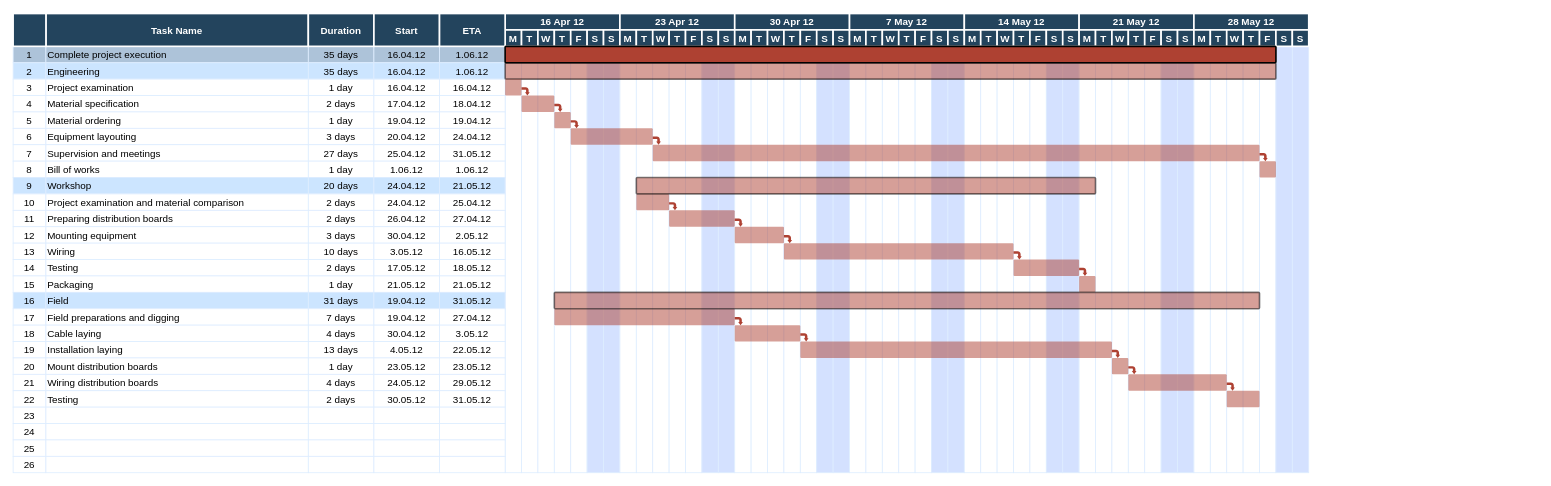
megunay/UML-modelleme keeps this draw.io diagram as gantt.drawio. Above is the earlier version. Source tidied: cells renumbered, new cells numbered last; positions are measured from the earlier drawing's top-left corner, leaving out a move shared by most shapes. Both pictures are drawn from the tidied source at 82%, with x=0, y=0 at pixel (12, 13).
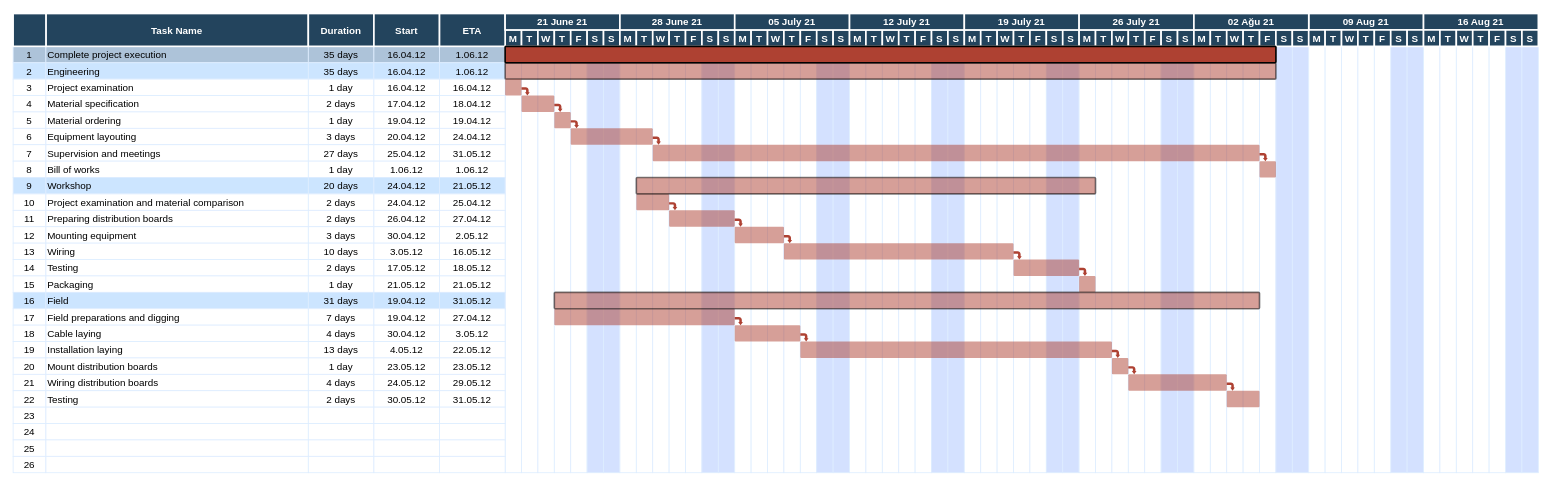
The same page after the edit.

Diff of the diagram source:
```diff
@@
-    <mxCell id="183" value="16 Apr 12" style="fillColor=#23445D;strokeColor=#FFFFFF;strokeWidth=2;fontColor=#FFFFFF;fontStyle=1;" parent="1" vertex="1">
-      <mxGeometry x="600.5" width="140" height="20" as="geometry" />
-    </mxCell>
@@
-    <mxCell id="194" value="23 Apr 12" style="fillColor=#23445D;strokeColor=#FFFFFF;strokeWidth=2;fontColor=#FFFFFF;fontStyle=1;" parent="1" vertex="1">
-      <mxGeometry x="740.5" width="140" height="20" as="geometry" />
-    </mxCell>
@@
-    <mxCell id="202" value="30 Apr 12" style="fillColor=#23445D;strokeColor=#FFFFFF;strokeWidth=2;fontColor=#FFFFFF;fontStyle=1;" parent="1" vertex="1">
-      <mxGeometry x="880.5" width="140" height="20" as="geometry" />
-    </mxCell>
@@
-    <mxCell id="210" value="7 May 12" style="fillColor=#23445D;strokeColor=#FFFFFF;strokeWidth=2;fontColor=#FFFFFF;fontStyle=1;" parent="1" vertex="1">
-      <mxGeometry x="1020.5" width="140" height="20" as="geometry" />
-    </mxCell>
@@
-    <mxCell id="218" value="14 May 12" style="fillColor=#23445D;strokeColor=#FFFFFF;strokeWidth=2;fontColor=#FFFFFF;fontStyle=1;" parent="1" vertex="1">
-      <mxGeometry x="1160.5" width="140" height="20" as="geometry" />
-    </mxCell>
@@
-    <mxCell id="226" value="21 May 12" style="fillColor=#23445D;strokeColor=#FFFFFF;strokeWidth=2;fontColor=#FFFFFF;fontStyle=1;" parent="1" vertex="1">
-      <mxGeometry x="1300.5" width="140" height="20" as="geometry" />
-    </mxCell>
@@
-    <mxCell id="234" value="28 May 12" style="fillColor=#23445D;strokeColor=#FFFFFF;strokeWidth=2;fontColor=#FFFFFF;fontStyle=1;" parent="1" vertex="1">
-      <mxGeometry x="1440.5" width="140" height="20" as="geometry" />
-    </mxCell>
@@
+    <mxCell id="279" value="09 Aug 21" style="fillColor=#23445D;strokeColor=#FFFFFF;strokeWidth=2;fontColor=#FFFFFF;fontStyle=1;" parent="1" vertex="1">
+      <mxGeometry x="1580.5" width="140" height="20" as="geometry" />
+    </mxCell>
+    <mxCell id="280" value="16 Aug 21" style="fillColor=#23445D;strokeColor=#FFFFFF;strokeWidth=2;fontColor=#FFFFFF;fontStyle=1;" parent="1" vertex="1">
+      <mxGeometry x="1720.5" width="140" height="20" as="geometry" />
+    </mxCell>
+    <mxCell id="281" style="strokeColor=#DEEDFF;fillColor=#D4E1FF;" parent="1" vertex="1">
+      <mxGeometry x="1680.5" y="40" width="20" height="520" as="geometry" />
+    </mxCell>
+    <mxCell id="282" style="strokeColor=#DEEDFF;fillColor=#D4E1FF;" parent="1" vertex="1">
+      <mxGeometry x="1700.5" y="40" width="20" height="520" as="geometry" />
+    </mxCell>
+    <mxCell id="283" style="strokeColor=#DEEDFF;fillColor=#D4E1FF;" parent="1" vertex="1">
+      <mxGeometry x="1820.5" y="40" width="20" height="520" as="geometry" />
+    </mxCell>
+    <mxCell id="284" style="strokeColor=#DEEDFF;fillColor=#D4E1FF;" parent="1" vertex="1">
+      <mxGeometry x="1840.5" y="40" width="20" height="520" as="geometry" />
+    </mxCell>
+    <mxCell id="285" style="strokeColor=#DEEDFF;" parent="1" vertex="1">
+      <mxGeometry x="1580.5" y="40" width="20" height="520" as="geometry" />
+    </mxCell>
+    <mxCell id="286" style="strokeColor=#DEEDFF;" parent="1" vertex="1">
+      <mxGeometry x="1600.5" y="40" width="20" height="520" as="geometry" />
+    </mxCell>
+    <mxCell id="287" style="strokeColor=#DEEDFF;" parent="1" vertex="1">
+      <mxGeometry x="1620.5" y="40" width="20" height="520" as="geometry" />
+    </mxCell>
+    <mxCell id="288" style="strokeColor=#DEEDFF;" parent="1" vertex="1">
+      <mxGeometry x="1640.5" y="40" width="20" height="520" as="geometry" />
+    </mxCell>
+    <mxCell id="289" style="strokeColor=#DEEDFF;" parent="1" vertex="1">
+      <mxGeometry x="1660.5" y="40" width="20" height="520" as="geometry" />
+    </mxCell>
+    <mxCell id="290" style="strokeColor=#DEEDFF;" parent="1" vertex="1">
+      <mxGeometry x="1720.5" y="40" width="20" height="520" as="geometry" />
+    </mxCell>
+    <mxCell id="291" style="strokeColor=#DEEDFF;" parent="1" vertex="1">
+      <mxGeometry x="1740.5" y="40" width="20" height="520" as="geometry" />
+    </mxCell>
+    <mxCell id="292" style="strokeColor=#DEEDFF;" parent="1" vertex="1">
+      <mxGeometry x="1760.5" y="40" width="20" height="520" as="geometry" />
+    </mxCell>
+    <mxCell id="293" style="strokeColor=#DEEDFF;" parent="1" vertex="1">
+      <mxGeometry x="1780.5" y="40" width="20" height="520" as="geometry" />
+    </mxCell>
+    <mxCell id="294" style="strokeColor=#DEEDFF;" parent="1" vertex="1">
+      <mxGeometry x="1800.5" y="40" width="20" height="520" as="geometry" />
+    </mxCell>
+    <mxCell id="295" value="M" style="fillColor=#23445D;strokeColor=#FFFFFF;strokeWidth=2;fontColor=#FFFFFF;fontStyle=1;" parent="1" vertex="1">
+      <mxGeometry x="1580.5" y="20" width="20" height="20" as="geometry" />
+    </mxCell>
+    <mxCell id="296" value="T" style="fillColor=#23445D;strokeColor=#FFFFFF;strokeWidth=2;fontColor=#FFFFFF;fontStyle=1;" parent="1" vertex="1">
+      <mxGeometry x="1600.5" y="20" width="20" height="20" as="geometry" />
+    </mxCell>
+    <mxCell id="297" value="W" style="fillColor=#23445D;strokeColor=#FFFFFF;strokeWidth=2;fontColor=#FFFFFF;fontStyle=1;" parent="1" vertex="1">
+      <mxGeometry x="1620.5" y="20" width="20" height="20" as="geometry" />
+    </mxCell>
+    <mxCell id="298" value="T" style="fillColor=#23445D;strokeColor=#FFFFFF;strokeWidth=2;fontColor=#FFFFFF;fontStyle=1;" parent="1" vertex="1">
+      <mxGeometry x="1640.5" y="20" width="20" height="20" as="geometry" />
+    </mxCell>
+    <mxCell id="299" value="F" style="fillColor=#23445D;strokeColor=#FFFFFF;strokeWidth=2;fontColor=#FFFFFF;fontStyle=1;" parent="1" vertex="1">
+      <mxGeometry x="1660.5" y="20" width="20" height="20" as="geometry" />
+    </mxCell>
+    <mxCell id="300" value="S" style="fillColor=#23445D;strokeColor=#FFFFFF;strokeWidth=2;fontColor=#FFFFFF;fontStyle=1;" parent="1" vertex="1">
+      <mxGeometry x="1680.5" y="20" width="20" height="20" as="geometry" />
+    </mxCell>
+    <mxCell id="301" value="S" style="fillColor=#23445D;strokeColor=#FFFFFF;strokeWidth=2;fontColor=#FFFFFF;fontStyle=1;" parent="1" vertex="1">
+      <mxGeometry x="1700.5" y="20" width="20" height="20" as="geometry" />
+    </mxCell>
+    <mxCell id="302" value="M" style="fillColor=#23445D;strokeColor=#FFFFFF;strokeWidth=2;fontColor=#FFFFFF;fontStyle=1;" parent="1" vertex="1">
+      <mxGeometry x="1720.5" y="20" width="20" height="20" as="geometry" />
+    </mxCell>
+    <mxCell id="303" value="T" style="fillColor=#23445D;strokeColor=#FFFFFF;strokeWidth=2;fontColor=#FFFFFF;fontStyle=1;" parent="1" vertex="1">
+      <mxGeometry x="1740.5" y="20" width="20" height="20" as="geometry" />
+    </mxCell>
+    <mxCell id="304" value="W" style="fillColor=#23445D;strokeColor=#FFFFFF;strokeWidth=2;fontColor=#FFFFFF;fontStyle=1;" parent="1" vertex="1">
+      <mxGeometry x="1760.5" y="20" width="20" height="20" as="geometry" />
+    </mxCell>
+    <mxCell id="305" value="T" style="fillColor=#23445D;strokeColor=#FFFFFF;strokeWidth=2;fontColor=#FFFFFF;fontStyle=1;" parent="1" vertex="1">
+      <mxGeometry x="1780.5" y="20" width="20" height="20" as="geometry" />
+    </mxCell>
+    <mxCell id="306" value="F" style="fillColor=#23445D;strokeColor=#FFFFFF;strokeWidth=2;fontColor=#FFFFFF;fontStyle=1;" parent="1" vertex="1">
+      <mxGeometry x="1800.5" y="20" width="20" height="20" as="geometry" />
+    </mxCell>
+    <mxCell id="307" value="S" style="fillColor=#23445D;strokeColor=#FFFFFF;strokeWidth=2;fontColor=#FFFFFF;fontStyle=1;" parent="1" vertex="1">
+      <mxGeometry x="1820.5" y="20" width="20" height="20" as="geometry" />
+    </mxCell>
+    <mxCell id="308" value="S" style="fillColor=#23445D;strokeColor=#FFFFFF;strokeWidth=2;fontColor=#FFFFFF;fontStyle=1;" parent="1" vertex="1">
+      <mxGeometry x="1840.5" y="20" width="20" height="20" as="geometry" />
+    </mxCell>
+    <mxCell id="309" value="21 June 21" style="fillColor=#23445D;strokeColor=#FFFFFF;strokeWidth=2;fontColor=#FFFFFF;fontStyle=1;" parent="1" vertex="1">
+      <mxGeometry x="600.5" width="140" height="20" as="geometry" />
+    </mxCell>
+    <mxCell id="310" value="28 June 21" style="fillColor=#23445D;strokeColor=#FFFFFF;strokeWidth=2;fontColor=#FFFFFF;fontStyle=1;" parent="1" vertex="1">
+      <mxGeometry x="740.5" width="140" height="20" as="geometry" />
+    </mxCell>
+    <mxCell id="311" value="05 July 21" style="fillColor=#23445D;strokeColor=#FFFFFF;strokeWidth=2;fontColor=#FFFFFF;fontStyle=1;" parent="1" vertex="1">
+      <mxGeometry x="880.5" width="140" height="20" as="geometry" />
+    </mxCell>
+    <mxCell id="312" value="12 July 21" style="fillColor=#23445D;strokeColor=#FFFFFF;strokeWidth=2;fontColor=#FFFFFF;fontStyle=1;" parent="1" vertex="1">
+      <mxGeometry x="1020.5" width="140" height="20" as="geometry" />
+    </mxCell>
+    <mxCell id="313" value="19 July 21" style="fillColor=#23445D;strokeColor=#FFFFFF;strokeWidth=2;fontColor=#FFFFFF;fontStyle=1;" parent="1" vertex="1">
+      <mxGeometry x="1160.5" width="140" height="20" as="geometry" />
+    </mxCell>
+    <mxCell id="314" value="26 July 21" style="fillColor=#23445D;strokeColor=#FFFFFF;strokeWidth=2;fontColor=#FFFFFF;fontStyle=1;" parent="1" vertex="1">
+      <mxGeometry x="1300.5" width="140" height="20" as="geometry" />
+    </mxCell>
+    <mxCell id="315" value="02 Ağu 21" style="fillColor=#23445D;strokeColor=#FFFFFF;strokeWidth=2;fontColor=#FFFFFF;fontStyle=1;" parent="1" vertex="1">
+      <mxGeometry x="1440.5" width="140" height="20" as="geometry" />
+    </mxCell>
```
